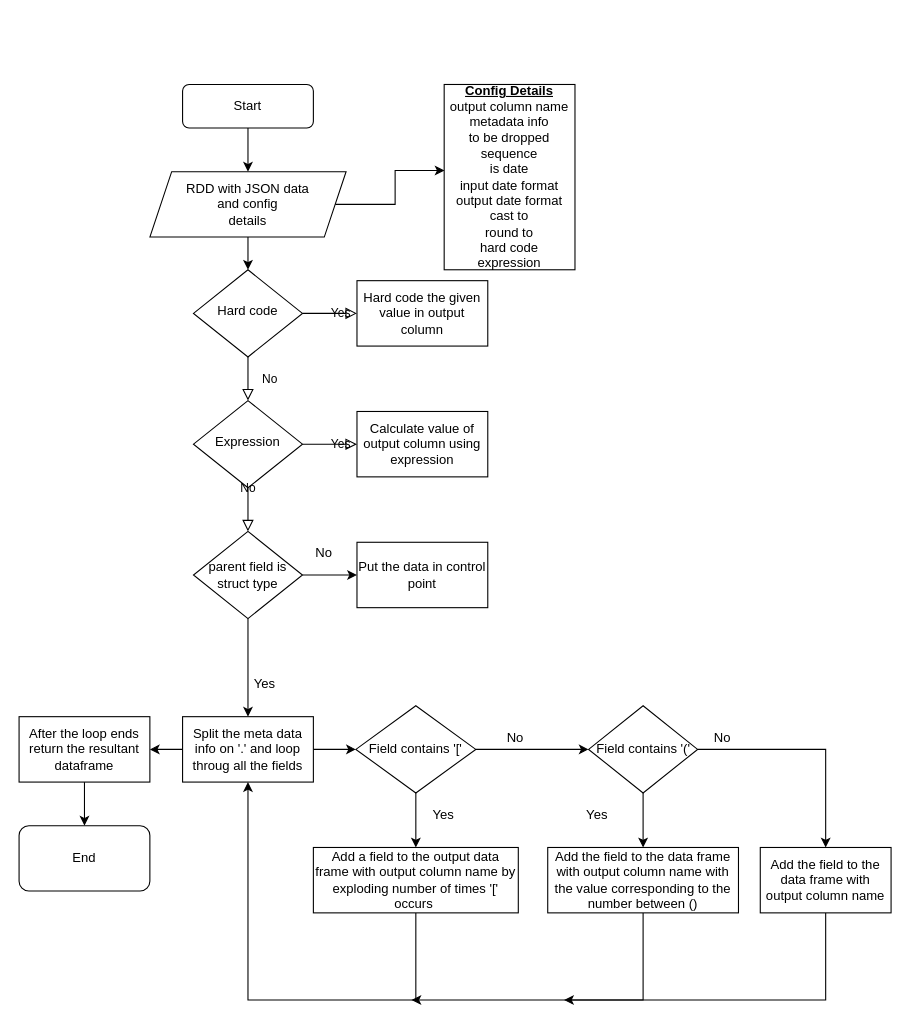
praneethsai83/GenericProcessing keeps this draw.io diagram as page "Page-1" (1 of 2) of JSONParsing.drawio. Above is the earlier version. Source tidied: cells renumbered, new cells numbered last; positions are measured from the earlier drawing's top-left corner, leaving out a move shared by most shapes. Both pictures are drawn from the tidied source at 109%, with x=0, y=0 at pixel (19, 84).
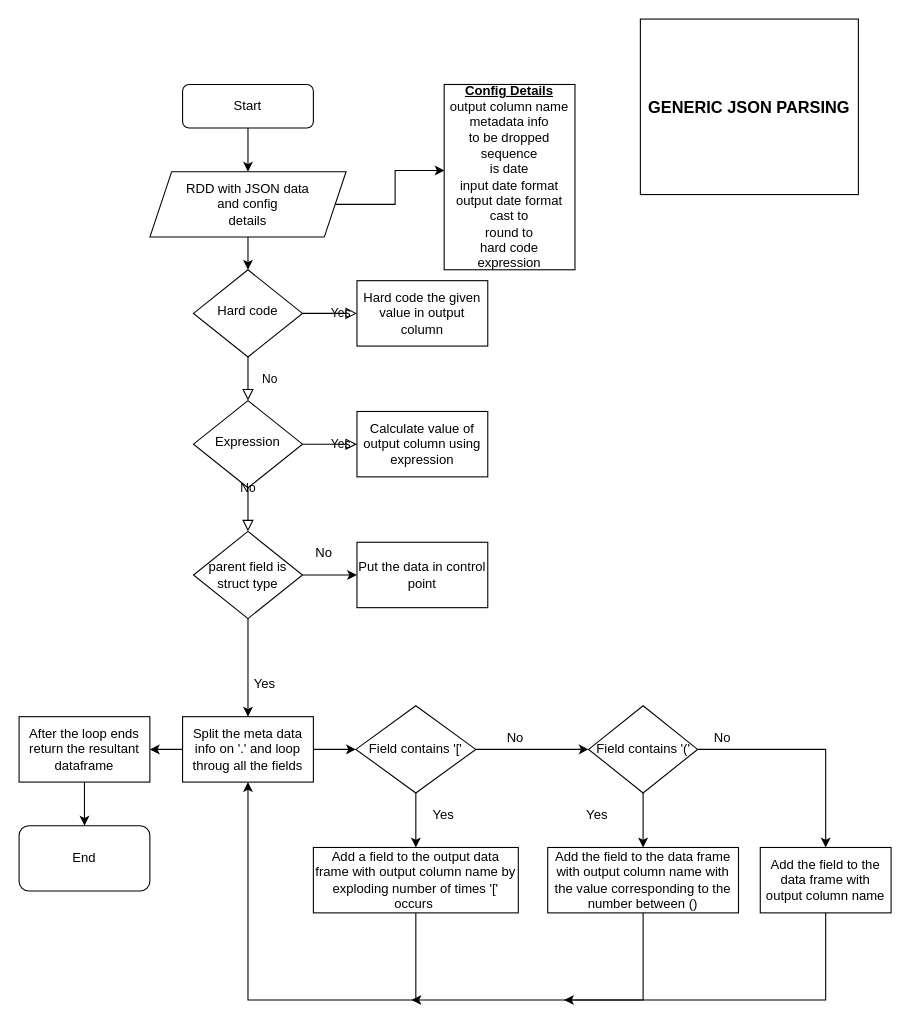
After the change.

The edit, as a diff of the source:
```diff
@@
+    <mxCell id="44" value="&lt;b&gt;&lt;font style=&quot;font-size: 15px&quot;&gt;GENERIC JSON PARSING&lt;/font&gt;&lt;/b&gt;" style="whiteSpace=wrap;html=1;" parent="1" vertex="1">
+      <mxGeometry x="570" y="-60" width="200" height="161" as="geometry" />
+    </mxCell>
```
